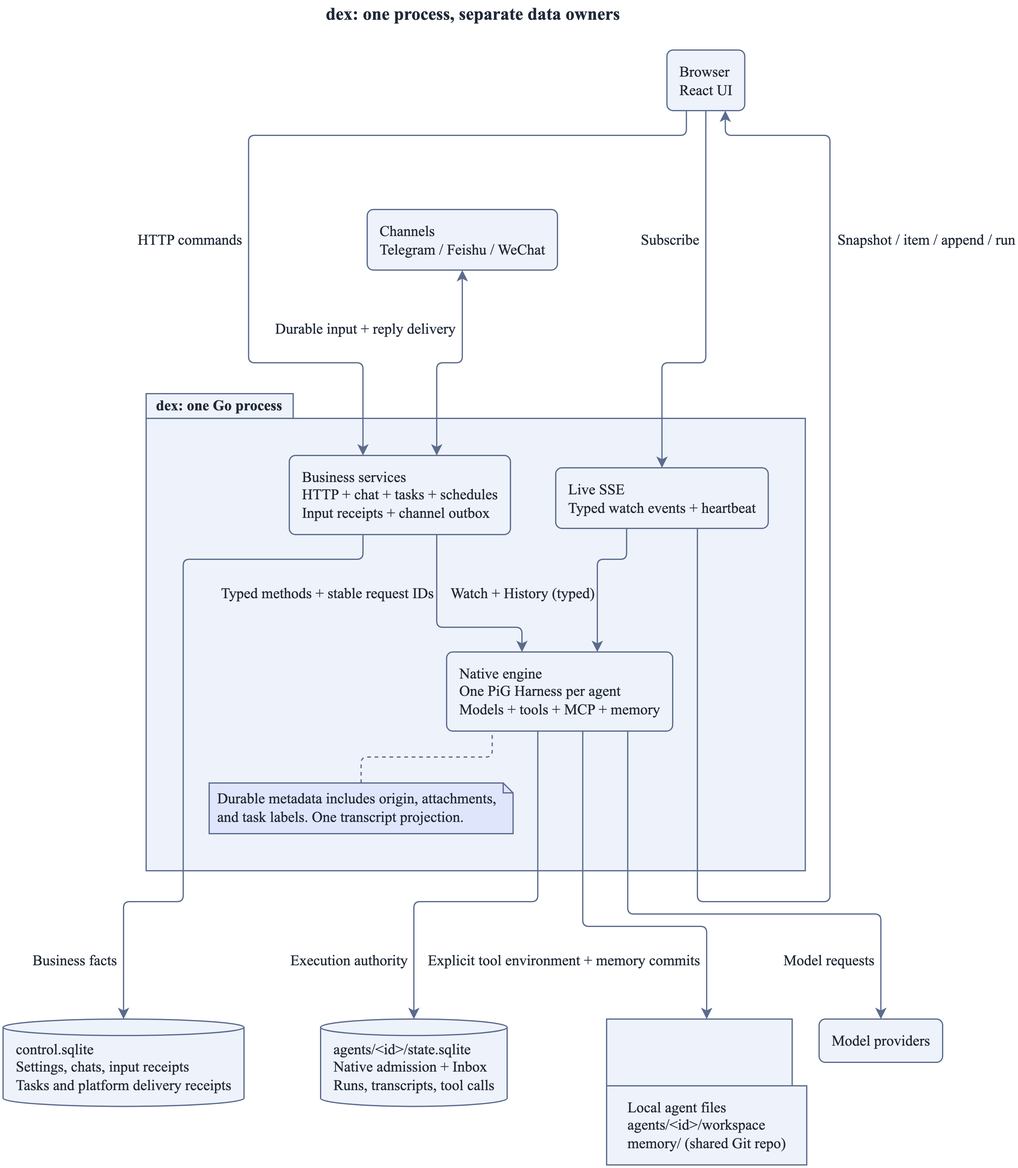
Above: docs/assets/architecture.png in recally-io/dex (PlantUML), before the change. Its source is kept beside it as docs/assets/src/architecture.puml.
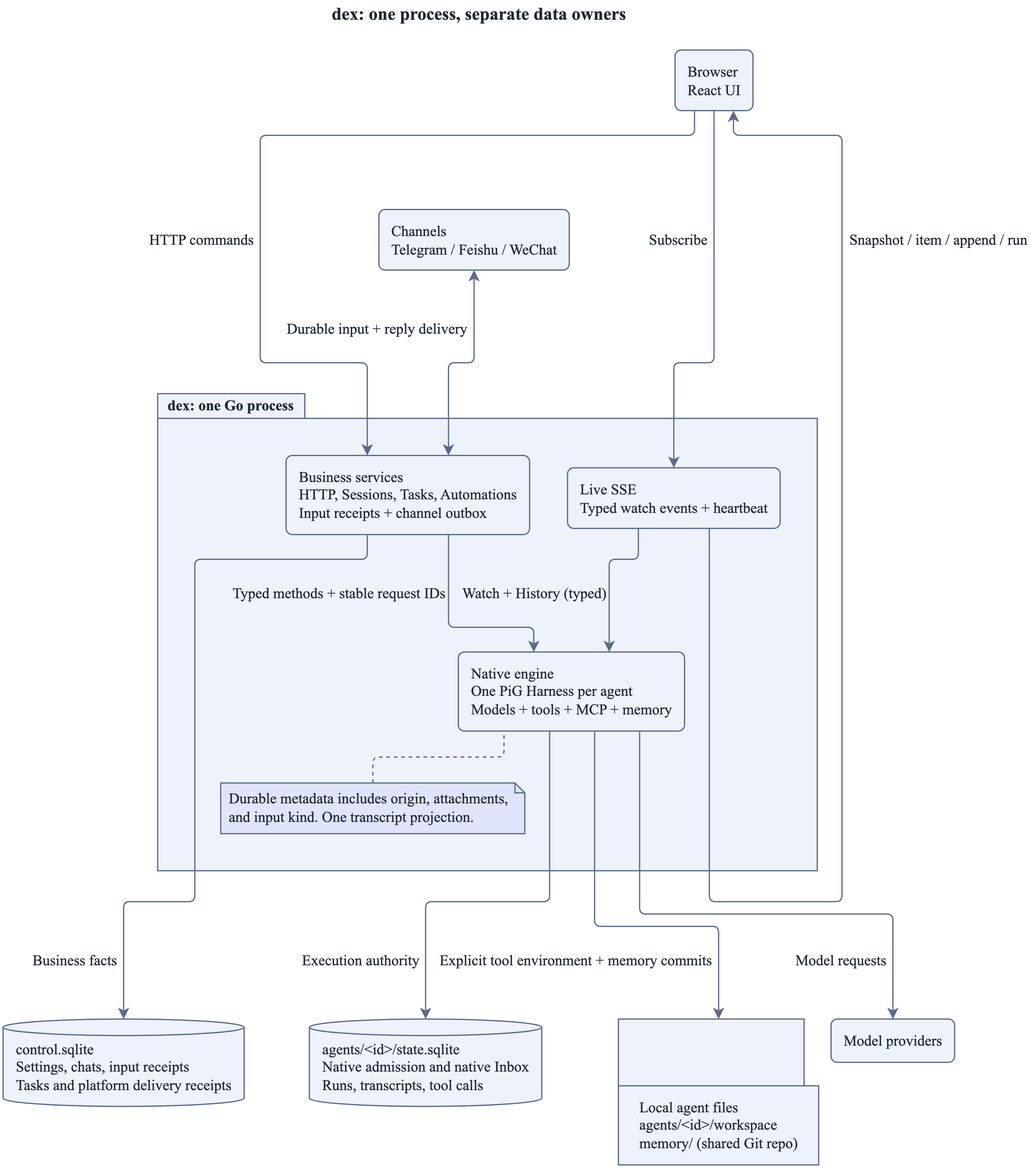
Later version of the same file.

Diff of the diagram source:
```diff
@@ -57,7 +57,7 @@
 Telegram / Feishu / WeChat" as channels
 package "dex: one Go process" as runtime {
   rectangle "Business services
-HTTP + chat + tasks + schedules
+HTTP, Sessions, Tasks, Automations
 Input receipts + channel outbox" as business
   rectangle "Native engine
 One PiG Harness per agent
@@ -69,7 +69,7 @@
 Settings, chats, input receipts
 Tasks and platform delivery receipts" as cdb
 database "agents/<id>/state.sqlite
-Native admission + Inbox
+Native admission and native Inbox
 Runs, transcripts, tool calls" as adb
 folder "Local agent files
 agents/<id>/workspace
@@ -87,6 +87,6 @@
 live --> browser : Snapshot / item / append / run
 note bottom of engine
   Durable metadata includes origin, attachments,
-  and task labels. One transcript projection.
+  and input kind. One transcript projection.
 end note
 @enduml
```
